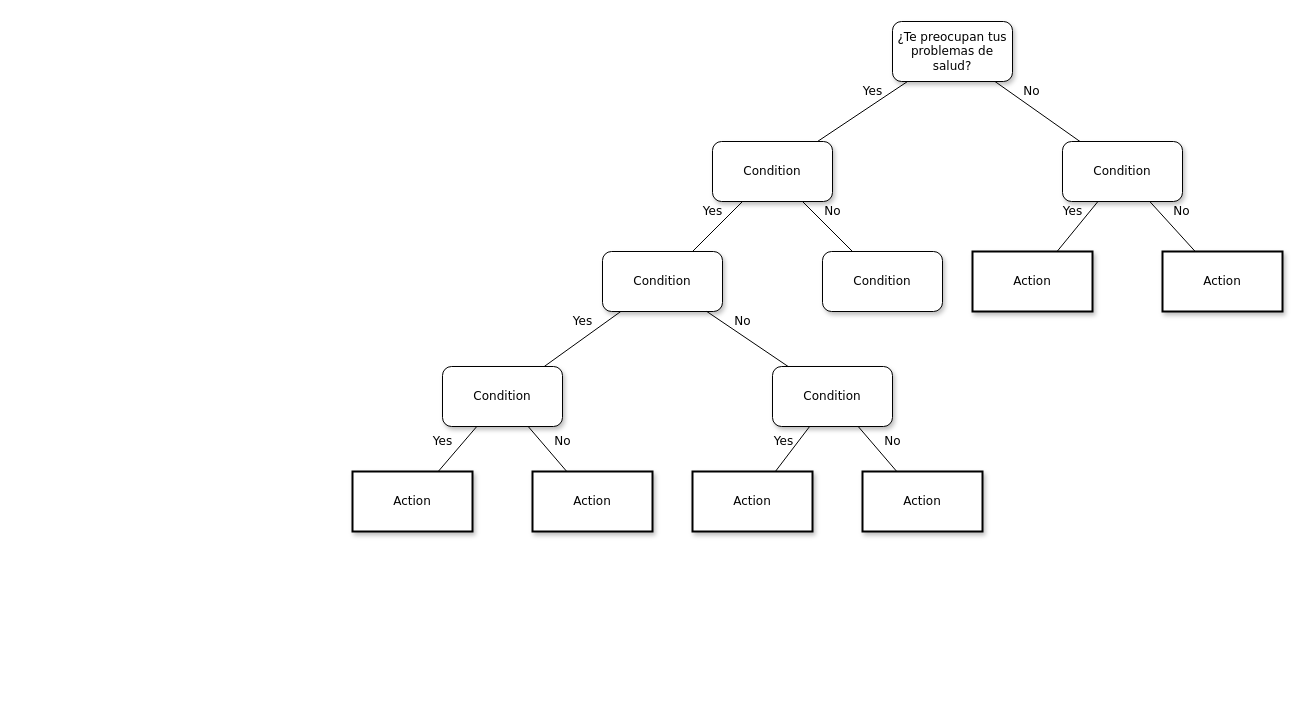
This is PW2/Diagrama sin título.drawio from AdriaCoding/IDSS, a draw.io file, before an edit. Source tidied: cells renumbered, new cells numbered last; positions are measured from the earlier drawing's top-left corner, leaving out a move shared by most shapes. Both pictures are drawn from the tidied source at 100%, with x=0, y=0 at pixel (352, 21).
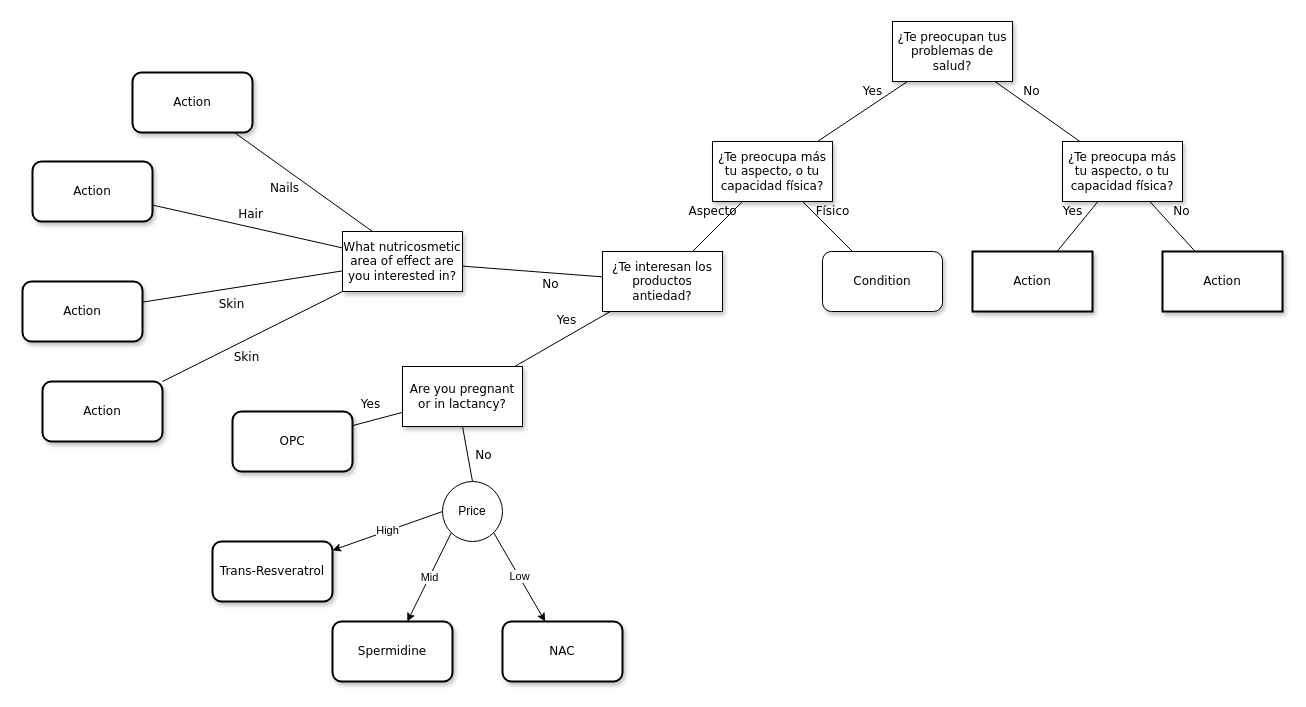
Above is the later version.

The change refers to these unchanged cells:
```xml
<mxCell id="8" value="&lt;span&gt;Condition&lt;/span&gt;" style="whiteSpace=wrap;html=1;rounded=1;shadow=1;labelBackgroundColor=none;strokeWidth=1;fontFamily=Verdana;fontSize=12;align=center;" parent="1" vertex="1">
  <mxGeometry x="470" y="230" width="120" height="60" as="geometry" />
</mxCell>
```

What changed in the source:
```diff
@@
-    <mxCell id="2" value="¿&lt;span style=&quot;background-color: initial;&quot;&gt;Te preocupan tus problemas de salud?&lt;/span&gt;" style="whiteSpace=wrap;html=1;rounded=1;shadow=1;labelBackgroundColor=none;strokeWidth=1;fontFamily=Verdana;fontSize=12;align=center;" parent="1" vertex="1">
+    <mxCell id="2" value="¿&lt;span style=&quot;background-color: initial;&quot;&gt;Te preocupan tus problemas de salud?&lt;/span&gt;" style="whiteSpace=wrap;html=1;rounded=0;shadow=1;labelBackgroundColor=none;strokeWidth=1;fontFamily=Verdana;fontSize=12;align=center;" parent="1" vertex="1">
       <mxGeometry x="540" width="120" height="60" as="geometry" />
     </mxCell>
-    <mxCell id="3" value="&lt;span&gt;Condition&lt;/span&gt;" style="whiteSpace=wrap;html=1;rounded=1;shadow=1;labelBackgroundColor=none;strokeWidth=1;fontFamily=Verdana;fontSize=12;align=center;" parent="1" vertex="1">
+    <mxCell id="3" value="¿&lt;span style=&quot;background-color: initial;&quot;&gt;Te preocupa más tu aspecto, o tu capacidad física?&lt;/span&gt;" style="whiteSpace=wrap;html=1;rounded=0;shadow=1;labelBackgroundColor=none;strokeWidth=1;fontFamily=Verdana;fontSize=12;align=center;" parent="1" vertex="1">
       <mxGeometry x="360" y="120" width="120" height="60" as="geometry" />
     </mxCell>
-    <mxCell id="4" value="&lt;span&gt;Condition&lt;/span&gt;" style="whiteSpace=wrap;html=1;rounded=1;shadow=1;labelBackgroundColor=none;strokeWidth=1;fontFamily=Verdana;fontSize=12;align=center;" parent="1" vertex="1">
+    <mxCell id="4" value="¿&lt;span style=&quot;background-color: initial;&quot;&gt;Te preocupa más tu aspecto, o tu capacidad física?&lt;/span&gt;" style="whiteSpace=wrap;html=1;rounded=0;shadow=1;labelBackgroundColor=none;strokeWidth=1;fontFamily=Verdana;fontSize=12;align=center;" parent="1" vertex="1">
       <mxGeometry x="710" y="120" width="120" height="60" as="geometry" />
     </mxCell>
@@
-    <mxCell id="7" value="&lt;span&gt;Condition&lt;/span&gt;" style="whiteSpace=wrap;html=1;rounded=1;shadow=1;labelBackgroundColor=none;strokeWidth=1;fontFamily=Verdana;fontSize=12;align=center;" parent="1" vertex="1">
+    <mxCell id="7" value="¿Te interesan los productos antiedad?" style="whiteSpace=wrap;html=1;rounded=0;shadow=1;labelBackgroundColor=none;strokeWidth=1;fontFamily=Verdana;fontSize=12;align=center;" parent="1" vertex="1">
       <mxGeometry x="250" y="230" width="120" height="60" as="geometry" />
     </mxCell>
@@
-    <mxCell id="11" value="&lt;span&gt;Condition&lt;/span&gt;" style="whiteSpace=wrap;html=1;rounded=1;shadow=1;labelBackgroundColor=none;strokeWidth=1;fontFamily=Verdana;fontSize=12;align=center;" parent="1" vertex="1">
-      <mxGeometry x="90" y="345" width="120" height="60" as="geometry" />
+    <mxCell id="11" value="Are you pregnant or in lactancy?" style="whiteSpace=wrap;html=1;rounded=0;shadow=1;labelBackgroundColor=none;strokeWidth=1;fontFamily=Verdana;fontSize=12;align=center;" parent="1" vertex="1">
+      <mxGeometry x="50" y="345" width="120" height="60" as="geometry" />
     </mxCell>
-    <mxCell id="12" value="&lt;span&gt;Condition&lt;/span&gt;" style="whiteSpace=wrap;html=1;rounded=1;shadow=1;labelBackgroundColor=none;strokeWidth=1;fontFamily=Verdana;fontSize=12;align=center;" parent="1" vertex="1">
-      <mxGeometry x="420" y="345" width="120" height="60" as="geometry" />
+    <mxCell id="12" value="What nutricosmetic area of effect are you interested in?" style="whiteSpace=wrap;html=1;rounded=0;shadow=1;labelBackgroundColor=none;strokeWidth=1;fontFamily=Verdana;fontSize=12;align=center;" parent="1" vertex="1">
+      <mxGeometry x="-10" y="210" width="120" height="60" as="geometry" />
     </mxCell>
-    <mxCell id="13" value="Yes" style="rounded=0;html=1;labelBackgroundColor=none;startArrow=none;startFill=0;startSize=5;endArrow=none;endFill=0;endSize=5;jettySize=auto;strokeWidth=1;fontFamily=Verdana;fontSize=12;" parent="1" edge="1" source="3" target="7">
+    <mxCell id="13" value="Aspecto" style="rounded=0;html=1;labelBackgroundColor=none;startArrow=none;startFill=0;startSize=5;endArrow=none;endFill=0;endSize=5;jettySize=auto;strokeWidth=1;fontFamily=Verdana;fontSize=12;" parent="1" edge="1" source="3" target="7">
       <mxGeometry x="-0.2" y="-14" relative="1" as="geometry" />
     </mxCell>
-    <mxCell id="14" value="No" style="rounded=0;html=1;labelBackgroundColor=none;startArrow=none;startFill=0;startSize=5;endArrow=none;endFill=0;endSize=5;jettySize=auto;strokeWidth=1;fontFamily=Verdana;fontSize=12;" parent="1" edge="1" source="3" target="8">
+    <mxCell id="14" value="Físico" style="rounded=0;html=1;labelBackgroundColor=none;startArrow=none;startFill=0;startSize=5;endArrow=none;endFill=0;endSize=5;jettySize=auto;strokeWidth=1;fontFamily=Verdana;fontSize=12;" parent="1" edge="1" source="3" target="8">
       <mxGeometry x="-0.2" y="14" relative="1" as="geometry" />
     </mxCell>
@@
-    <mxCell id="19" value="Action" style="whiteSpace=wrap;html=1;rounded=0;shadow=1;labelBackgroundColor=none;strokeWidth=2;fontFamily=Verdana;fontSize=12;align=center;" parent="1" vertex="1">
-      <mxGeometry y="450" width="120" height="60" as="geometry" />
+    <mxCell id="19" value="OPC" style="whiteSpace=wrap;html=1;rounded=1;shadow=1;labelBackgroundColor=none;strokeWidth=2;fontFamily=Verdana;fontSize=12;align=center;" parent="1" vertex="1">
+      <mxGeometry x="-120" y="390" width="120" height="60" as="geometry" />
     </mxCell>
-    <mxCell id="20" value="&lt;span&gt;Action&lt;/span&gt;" style="whiteSpace=wrap;html=1;rounded=0;shadow=1;labelBackgroundColor=none;strokeWidth=2;fontFamily=Verdana;fontSize=12;align=center;" parent="1" vertex="1">
-      <mxGeometry x="180" y="450" width="120" height="60" as="geometry" />
+    <mxCell id="20" value="&lt;span&gt;Trans-Resveratrol&lt;/span&gt;" style="whiteSpace=wrap;html=1;rounded=1;shadow=1;labelBackgroundColor=none;strokeWidth=2;fontFamily=Verdana;fontSize=12;align=center;" parent="1" vertex="1">
+      <mxGeometry x="-140" y="520" width="120" height="60" as="geometry" />
     </mxCell>
-    <mxCell id="21" value="&lt;span&gt;Action&lt;/span&gt;" style="whiteSpace=wrap;html=1;rounded=0;shadow=1;labelBackgroundColor=none;strokeWidth=2;fontFamily=Verdana;fontSize=12;align=center;" parent="1" vertex="1">
-      <mxGeometry x="340" y="450" width="120" height="60" as="geometry" />
+    <mxCell id="21" value="&lt;span&gt;Action&lt;/span&gt;" style="whiteSpace=wrap;html=1;rounded=1;shadow=1;labelBackgroundColor=none;strokeWidth=2;fontFamily=Verdana;fontSize=12;align=center;" parent="1" vertex="1">
+      <mxGeometry x="-320" y="140" width="120" height="60" as="geometry" />
     </mxCell>
-    <mxCell id="22" value="&lt;span&gt;Action&lt;/span&gt;" style="whiteSpace=wrap;html=1;rounded=0;shadow=1;labelBackgroundColor=none;strokeWidth=2;fontFamily=Verdana;fontSize=12;align=center;" parent="1" vertex="1">
-      <mxGeometry x="510" y="450" width="120" height="60" as="geometry" />
+    <mxCell id="22" value="&lt;span&gt;Action&lt;/span&gt;" style="whiteSpace=wrap;html=1;rounded=1;shadow=1;labelBackgroundColor=none;strokeWidth=2;fontFamily=Verdana;fontSize=12;align=center;" parent="1" vertex="1">
+      <mxGeometry x="-330" y="260" width="120" height="60" as="geometry" />
     </mxCell>
@@
-    <mxCell id="24" value="No" style="rounded=0;html=1;labelBackgroundColor=none;startArrow=none;startFill=0;startSize=5;endArrow=none;endFill=0;endSize=5;jettySize=auto;strokeWidth=1;fontFamily=Verdana;fontSize=12;" parent="1" edge="1" source="11" target="20">
-      <mxGeometry x="0.14" y="16" relative="1" as="geometry" />
-    </mxCell>
-    <mxCell id="25" value="Yes" style="rounded=0;html=1;labelBackgroundColor=none;startArrow=none;startFill=0;startSize=5;endArrow=none;endFill=0;endSize=5;jettySize=auto;strokeWidth=1;fontFamily=Verdana;fontSize=12;" parent="1" edge="1" source="12" target="21">
+    <mxCell id="25" value="Hair" style="rounded=0;html=1;labelBackgroundColor=none;startArrow=none;startFill=0;startSize=5;endArrow=none;endFill=0;endSize=5;jettySize=auto;strokeWidth=1;fontFamily=Verdana;fontSize=12;" parent="1" edge="1" source="12" target="21">
       <mxGeometry y="-12" relative="1" as="geometry" />
     </mxCell>
-    <mxCell id="26" value="No" style="rounded=0;html=1;labelBackgroundColor=none;startArrow=none;startFill=0;startSize=5;endArrow=none;endFill=0;endSize=5;jettySize=auto;strokeWidth=1;fontFamily=Verdana;fontSize=12;" parent="1" edge="1" source="12" target="22">
+    <mxCell id="26" value="Skin" style="rounded=0;html=1;labelBackgroundColor=none;startArrow=none;startFill=0;startSize=5;endArrow=none;endFill=0;endSize=5;jettySize=auto;strokeWidth=1;fontFamily=Verdana;fontSize=12;" parent="1" edge="1" source="12" target="22">
       <mxGeometry x="0.14" y="16" relative="1" as="geometry" />
     </mxCell>
+    <mxCell id="27" value="High" style="rounded=0;jettySize=auto;html=1;exitX=0;exitY=0.5;exitDx=0;exitDy=0;" parent="1" edge="1" source="32" target="20">
+      <mxGeometry relative="1" as="geometry" />
+    </mxCell>
+    <mxCell id="24" value="No" style="rounded=0;html=1;labelBackgroundColor=none;startArrow=none;startFill=0;startSize=5;endArrow=none;endFill=0;endSize=5;jettySize=auto;strokeWidth=1;fontFamily=Verdana;fontSize=12;entryX=0.5;entryY=0;entryDx=0;entryDy=0;exitX=0.5;exitY=1;exitDx=0;exitDy=0;" parent="1" edge="1" source="11" target="32">
+      <mxGeometry x="0.14" y="16" relative="1" as="geometry" />
+    </mxCell>
+    <mxCell id="28" value="&lt;span&gt;Spermidine&lt;/span&gt;" style="whiteSpace=wrap;html=1;rounded=1;shadow=1;labelBackgroundColor=none;strokeWidth=2;fontFamily=Verdana;fontSize=12;align=center;" parent="1" vertex="1">
+      <mxGeometry x="-20" y="600" width="120" height="60" as="geometry" />
+    </mxCell>
+    <mxCell id="29" value="Mid" style="rounded=0;jettySize=auto;html=1;exitX=0;exitY=1;exitDx=0;exitDy=0;" parent="1" edge="1" source="32" target="28">
+      <mxGeometry relative="1" as="geometry" />
+    </mxCell>
+    <mxCell id="30" value="NAC" style="whiteSpace=wrap;html=1;rounded=1;shadow=1;labelBackgroundColor=none;strokeWidth=2;fontFamily=Verdana;fontSize=12;align=center;" parent="1" vertex="1">
+      <mxGeometry x="150" y="600" width="120" height="60" as="geometry" />
+    </mxCell>
+    <mxCell id="31" value="Low" style="rounded=0;jettySize=auto;html=1;exitX=1;exitY=1;exitDx=0;exitDy=0;" parent="1" edge="1" source="32" target="30">
+      <mxGeometry relative="1" as="geometry" />
+    </mxCell>
+    <mxCell id="32" value="Price" style="ellipse;whiteSpace=wrap;html=1;" parent="1" vertex="1">
+      <mxGeometry x="90" y="460" width="60" height="60" as="geometry" />
+    </mxCell>
+    <mxCell id="33" value="&lt;span&gt;Action&lt;/span&gt;" style="whiteSpace=wrap;html=1;rounded=1;shadow=1;labelBackgroundColor=none;strokeWidth=2;fontFamily=Verdana;fontSize=12;align=center;" parent="1" vertex="1">
+      <mxGeometry x="-310" y="360" width="120" height="60" as="geometry" />
+    </mxCell>
+    <mxCell id="34" value="Skin" style="rounded=0;html=1;labelBackgroundColor=none;startArrow=none;startFill=0;startSize=5;endArrow=none;endFill=0;endSize=5;jettySize=auto;strokeWidth=1;fontFamily=Verdana;fontSize=12;exitX=0;exitY=1;exitDx=0;exitDy=0;" parent="1" edge="1" source="12" target="33">
+      <mxGeometry x="0.14" y="16" relative="1" as="geometry" />
+    </mxCell>
+    <mxCell id="35" value="&lt;span&gt;Action&lt;/span&gt;" style="whiteSpace=wrap;html=1;rounded=1;shadow=1;labelBackgroundColor=none;strokeWidth=2;fontFamily=Verdana;fontSize=12;align=center;" parent="1" vertex="1">
+      <mxGeometry x="-220" y="51" width="120" height="60" as="geometry" />
+    </mxCell>
+    <mxCell id="36" value="Nails" style="rounded=0;html=1;labelBackgroundColor=none;startArrow=none;startFill=0;startSize=5;endArrow=none;endFill=0;endSize=5;jettySize=auto;strokeWidth=1;fontFamily=Verdana;fontSize=12;exitX=0.25;exitY=0;exitDx=0;exitDy=0;" parent="1" edge="1" source="12" target="35">
+      <mxGeometry x="0.14" y="16" relative="1" as="geometry" />
+    </mxCell>
```
